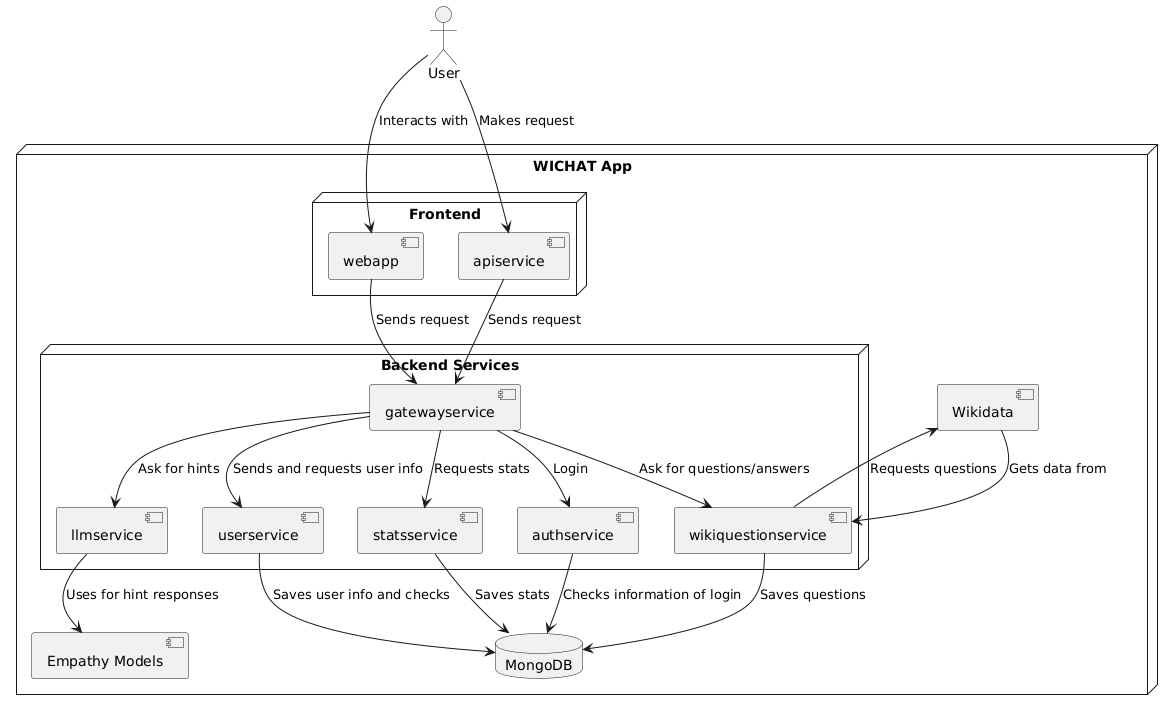
The PlantUML diagram docs/images/final-technical-context-diagram-3.1.png in Arquisoft/wichat_es3b, before a commit.
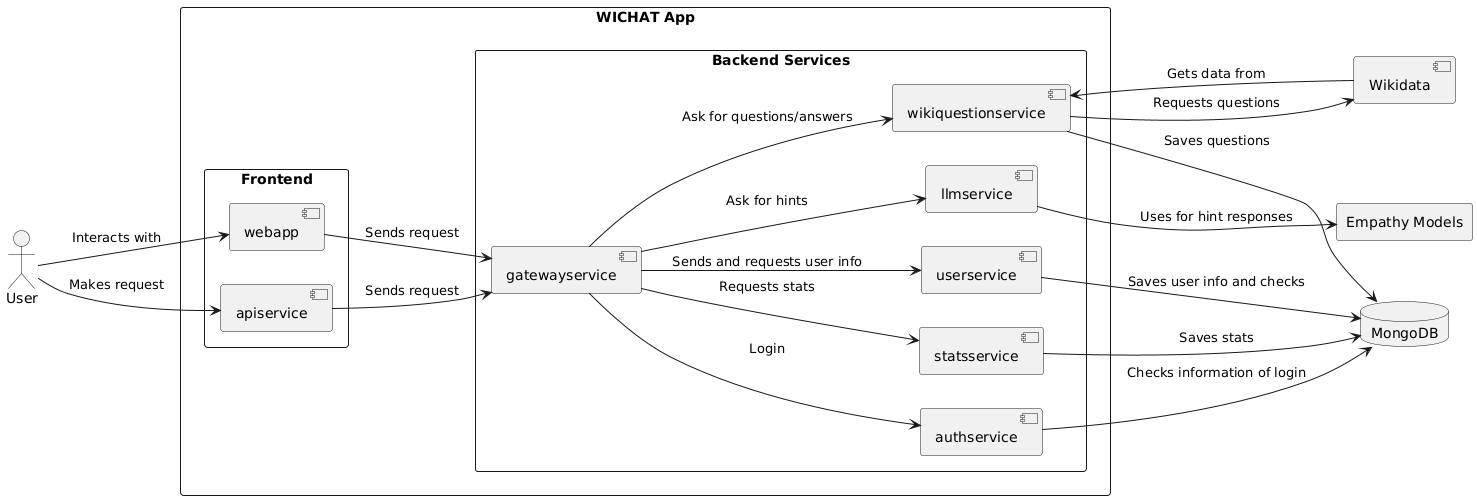
After the commit.

Commit message:
Ajuste del esquema del punto 3.1 de la documentación

The edit, as a diff of the source:
```diff
@@ -1,44 +1,48 @@
 @startuml
+skinparam packageStyle rectangle
+skinparam defaultTextAlignment center
+left to right direction
+
 actor User
-node "WICHAT App" {
 
-node "Frontend" {
+rectangle "WICHAT App" {
+  rectangle "Frontend" {
     [webapp]
     [apiservice]
+  }
+
+  rectangle "Backend Services" {
+    [gatewayservice]
+    [llmservice]
+    [userservice]
+    [statsservice]
+    [authservice]
+    [wikiquestionservice]
+  }
 }
 
-node "Backend Services" {
-    [userservice]
-    [statsservice]
-    [wikiquestionservice]
-    [llmservice]
-    [gatewayservice]
-    [authservice]
-}
+database MongoDB
+rectangle "Empathy Models"
+component Wikidata
 
-database "MongoDB"
-[Wikidata]
+User --> [webapp] : Interacts with
+User --> [apiservice] : Makes request
 
-component "Empathy Models" as Empathy
+[webapp] --> [gatewayservice] : Sends request
+[apiservice] --> [gatewayservice] : Sends request
 
-User --> webapp : Interacts with
-User --> [apiservice]: Makes request
-webapp --> "gatewayservice" : Sends request
-[apiservice] --> "gatewayservice" : Sends request
+[gatewayservice] --> [llmservice] : Ask for hints
+[gatewayservice] --> [userservice] : Sends and requests user info
+[gatewayservice] --> [statsservice] : Requests stats
+[gatewayservice] --> [authservice] : Login
+[gatewayservice] --> [wikiquestionservice] : Ask for questions/answers
 
-"gatewayservice" --> "userservice" : Sends and requests user info
-"gatewayservice" --> "authservice" : Login
-"gatewayservice" --> "statsservice" : Requests stats
-"gatewayservice" --> "llmservice" : Ask for hints
-"gatewayservice" --> "wikiquestionservice" : Ask for questions/answers
+[llmservice] --> "Empathy Models" : Uses for hint responses
+[userservice] --> MongoDB : Saves user info and checks
+[statsservice] --> MongoDB : Saves stats
+[authservice] --> MongoDB : Checks information of login
+[wikiquestionservice] --> MongoDB : Saves questions
 
-"userservice" --> MongoDB : Saves user info and checks
-"authservice" --> MongoDB : Checks information of login
-"statsservice" --> MongoDB : Saves stats
-"wikiquestionservice" --> Wikidata : Requests questions
-Wikidata --> "wikiquestionservice" : Gets data from
-"wikiquestionservice" --> MongoDB : Saves questions
-
-"llmservice" --> Empathy : Uses for hint responses
-}
+[wikiquestionservice] --> Wikidata : Requests questions
+Wikidata --> [wikiquestionservice] : Gets data from
 @enduml
```
